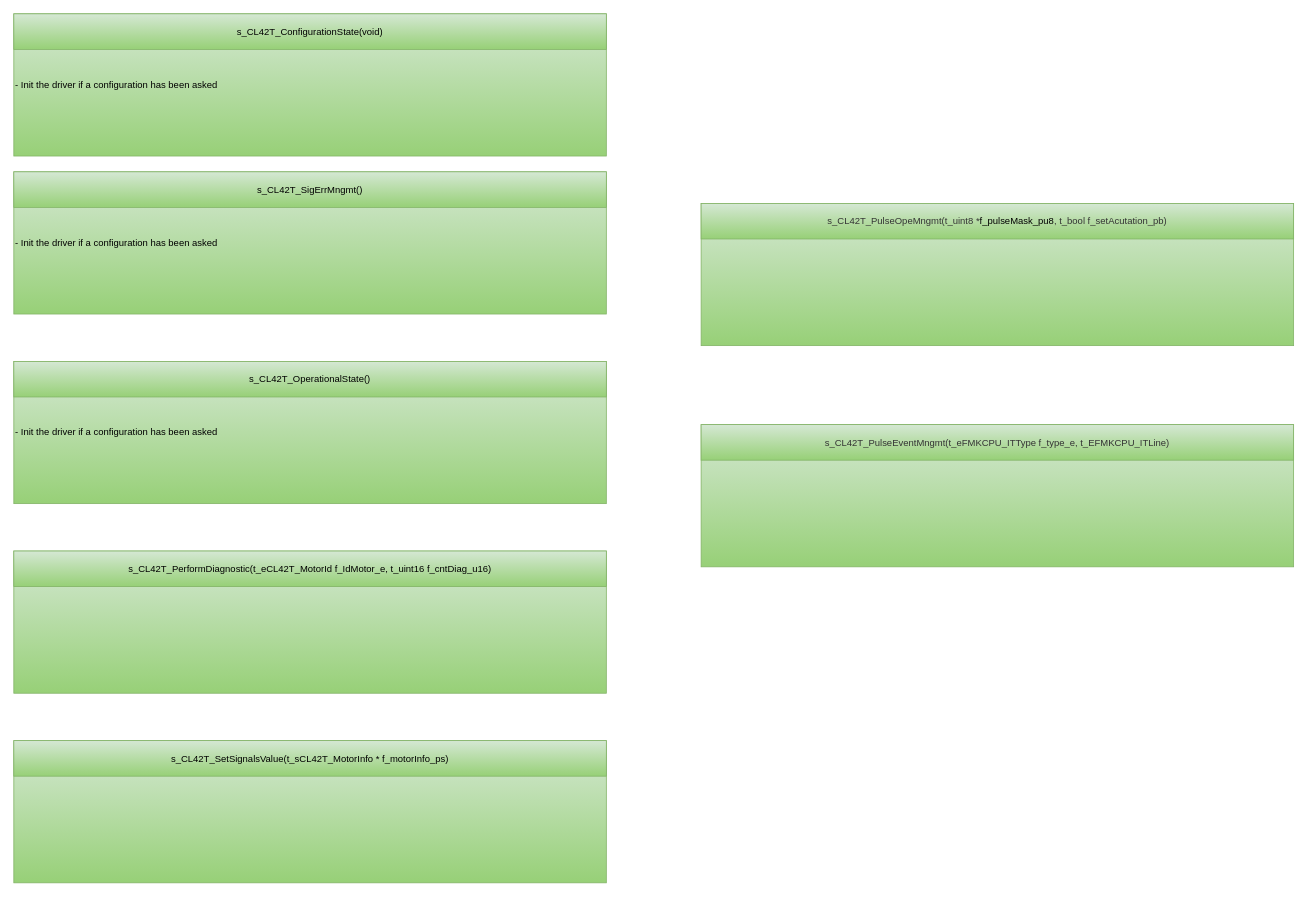
mbarbeau0545/PickersRobotPOC keeps this draw.io diagram as page "static API" (2 of 21) of src/2_DRV/Motor/CL42T/Doc/Design/CL42T_Architecture.drawio. Above is the earlier version. Source tidied: cells renumbered, new cells numbered last; positions are measured from the earlier drawing's top-left corner, leaving out a move shared by most shapes. Both pictures are drawn from the tidied source at 79%, with x=0, y=0 at pixel (13, 13).
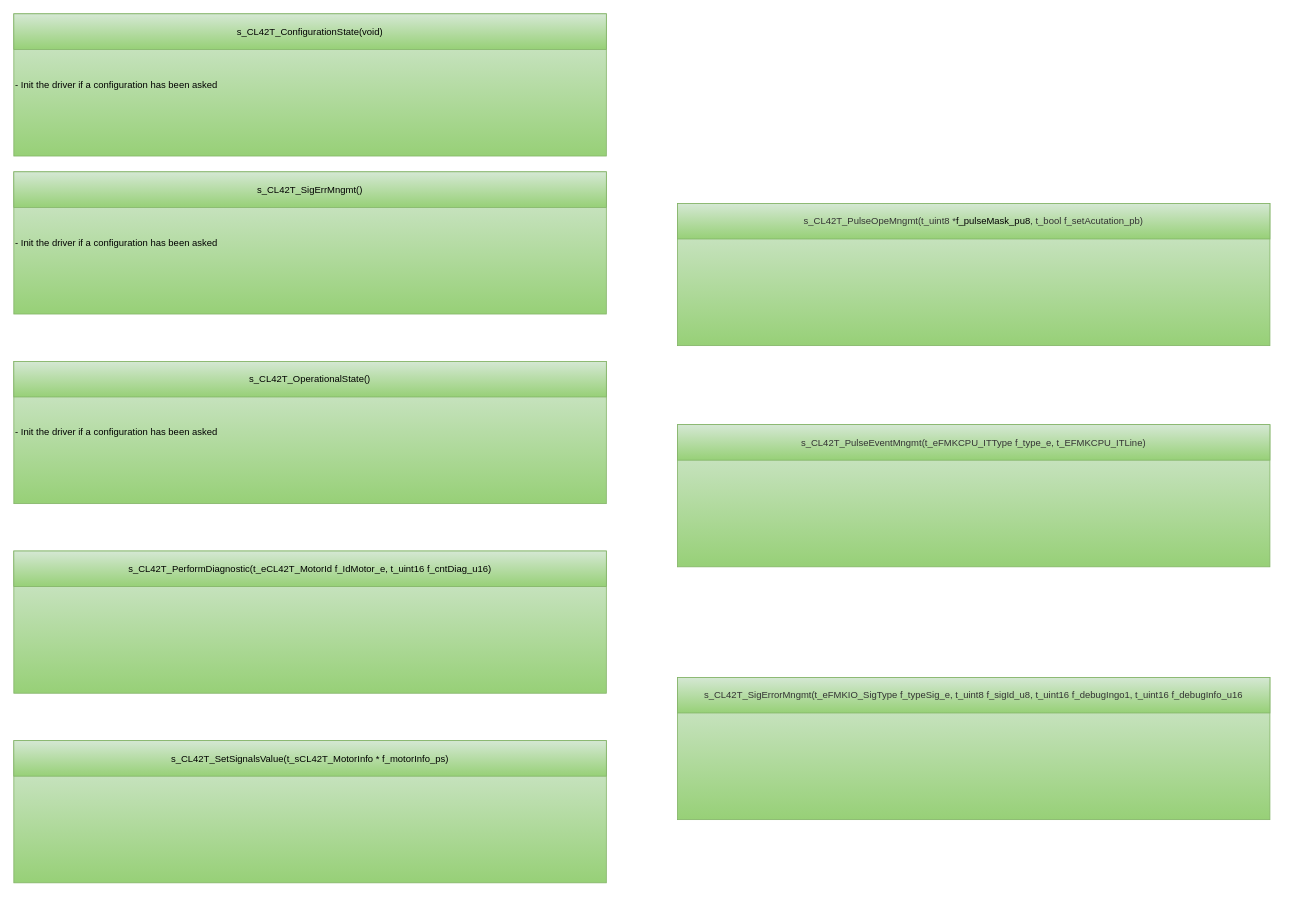
The same page after the edit.

The edit, as a diff of the source:
```diff
@@
     <mxCell id="17" style="group;fontSize=12;" parent="1" vertex="1">
-      <mxGeometry x="870" y="240" width="750" height="180" as="geometry" />
+      <mxGeometry x="840" y="240" width="750" height="180" as="geometry" />
     </mxCell>
@@
     <mxCell id="20" style="group;fontSize=12;" parent="1" vertex="1">
-      <mxGeometry x="870" y="520" width="750" height="180" as="geometry" />
+      <mxGeometry x="840" y="520" width="750" height="180" as="geometry" />
     </mxCell>
@@
+    <mxCell id="23" style="group;fontSize=12;" parent="1" vertex="1">
+      <mxGeometry x="840" y="840" width="750" height="180" as="geometry" />
+    </mxCell>
+    <mxCell id="24" value="&lt;div style=&quot;font-size: 12px;&quot;&gt;&lt;div style=&quot;font-size: 12px;&quot;&gt;&lt;br&gt;&lt;/div&gt;&lt;/div&gt;" style="rounded=0;whiteSpace=wrap;html=1;fillColor=#d5e8d4;gradientColor=#97d077;strokeColor=#82b366;fontColor=#000000;align=left;fontSize=12;" parent="23" vertex="1">
+      <mxGeometry width="750" height="180" as="geometry" />
+    </mxCell>
+    <mxCell id="25" value="&lt;font color=&quot;#333333&quot;&gt;s_CL42T_SigErrorMngmt(t_eFMKIO_SigType f_typeSig_e, t_uint8 f_sigId_u8, t_uint16 f_debugIngo1, t_uint16 f_debugInfo_u16&lt;/font&gt;" style="rounded=0;whiteSpace=wrap;html=1;fillColor=#d5e8d4;gradientColor=#97d077;strokeColor=#82b366;fontColor=#000000;fontSize=12;" parent="23" vertex="1">
+      <mxGeometry width="750" height="45" as="geometry" />
+    </mxCell>
```
